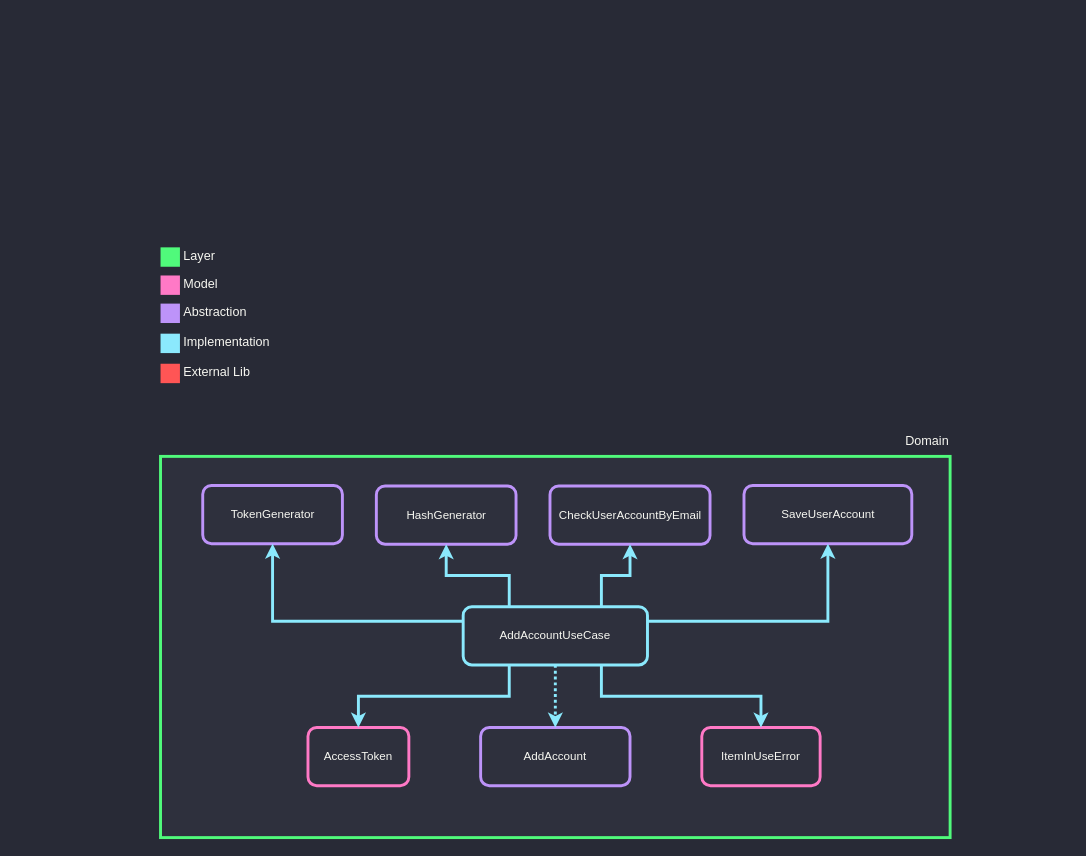
Earlier version of the draw.io diagram documentation/signup/dependencies.drawio (alexandrevoliveira/engemanapi). Source tidied: cells renumbered, new cells numbered last; positions are measured from the earlier drawing's top-left corner, leaving out a move shared by most shapes. Both pictures are drawn from the tidied source at 97%, with x=0, y=0 at pixel (160, 246).
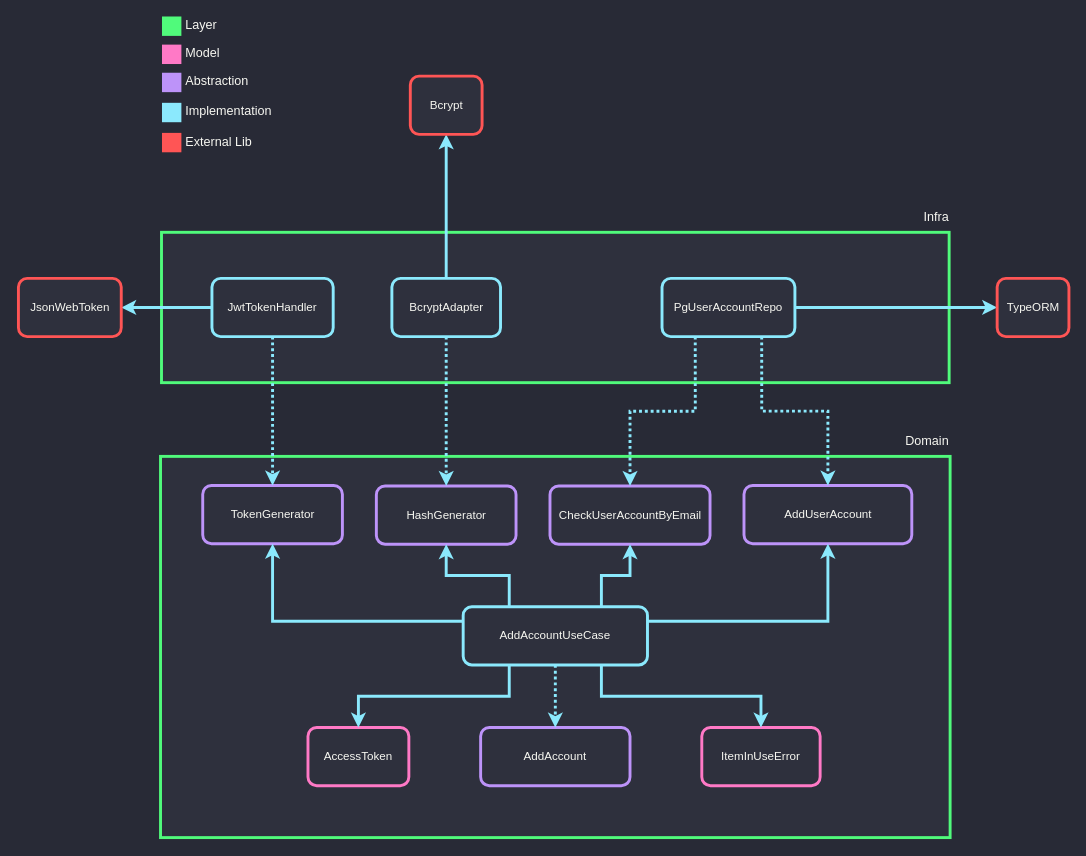
The same diagram, later.

Commit message:
docs: update AddAccount dependency diagrams

Unchanged cells that the change refers to:
```xml
<mxCell id="16" value="TokenGenerator" style="rounded=1;whiteSpace=wrap;html=1;strokeColor=#BD93F9;fillColor=#2E303D;strokeWidth=3;fontColor=#F8F8F2;" parent="1" vertex="1">
  <mxGeometry x="43.5" y="246" width="144" height="60" as="geometry" />
</mxCell>
<mxCell id="17" value="CheckUserAccountByEmail" style="rounded=1;whiteSpace=wrap;html=1;strokeColor=#BD93F9;fillColor=#2E303D;strokeWidth=3;fontColor=#F8F8F2;" parent="1" vertex="1">
  <mxGeometry x="401.5" y="246.5" width="165" height="60" as="geometry" />
</mxCell>
<mxCell id="25" value="HashGenerator" style="rounded=1;whiteSpace=wrap;html=1;strokeColor=#BD93F9;fillColor=#2E303D;strokeWidth=3;fontColor=#F8F8F2;" parent="1" vertex="1">
  <mxGeometry x="222.5" y="246.5" width="144" height="60" as="geometry" />
</mxCell>
```

What changed in the source:
```diff
@@
-    <mxCell id="4" style="rounded=0;whiteSpace=wrap;html=1;strokeColor=none;strokeWidth=3;fillColor=#FF79C6;fontSize=13;fontColor=#F8F8F2;align=right;" parent="1" vertex="1">
-      <mxGeometry y="29.5" width="20" height="20" as="geometry" />
-    </mxCell>
-    <mxCell id="5" value="Model" style="text;html=1;align=left;verticalAlign=middle;spacingTop=-4;fontSize=13;fontColor=#F8F8F2;" parent="1" vertex="1">
-      <mxGeometry x="22" y="31.5" width="45" height="16" as="geometry" />
-    </mxCell>
-    <mxCell id="6" style="rounded=0;whiteSpace=wrap;html=1;strokeColor=none;strokeWidth=3;fillColor=#BD93F9;fontSize=13;fontColor=#F8F8F2;align=right;" parent="1" vertex="1">
-      <mxGeometry y="58.5" width="20" height="20" as="geometry" />
-    </mxCell>
-    <mxCell id="7" value="Abstraction" style="text;html=1;align=left;verticalAlign=middle;spacingTop=-4;fontSize=13;fontColor=#F8F8F2;" parent="1" vertex="1">
-      <mxGeometry x="22" y="60.5" width="75" height="16" as="geometry" />
-    </mxCell>
-    <mxCell id="8" style="rounded=0;whiteSpace=wrap;html=1;strokeColor=none;strokeWidth=3;fillColor=#8BE9FD;fontSize=13;fontColor=#F8F8F2;align=right;" parent="1" vertex="1">
-      <mxGeometry y="89.5" width="20" height="20" as="geometry" />
-    </mxCell>
-    <mxCell id="9" value="Implementation" style="text;html=1;align=left;verticalAlign=middle;spacingTop=-4;fontSize=13;fontColor=#F8F8F2;" parent="1" vertex="1">
-      <mxGeometry x="22" y="91.5" width="99" height="16" as="geometry" />
-    </mxCell>
-    <mxCell id="10" style="rounded=0;whiteSpace=wrap;html=1;strokeColor=none;strokeWidth=3;fillColor=#50FA7B;fontSize=13;fontColor=#F8F8F2;align=right;" parent="1" vertex="1">
-      <mxGeometry y="0.5" width="20" height="20" as="geometry" />
-    </mxCell>
-    <mxCell id="11" value="Layer" style="text;html=1;align=left;verticalAlign=middle;spacingTop=-4;fontSize=13;fontColor=#F8F8F2;" parent="1" vertex="1">
-      <mxGeometry x="22" y="2.5" width="43" height="16" as="geometry" />
-    </mxCell>
-    <mxCell id="12" style="rounded=0;whiteSpace=wrap;html=1;strokeColor=none;strokeWidth=3;fillColor=#FF5555;fontSize=13;fontColor=#F8F8F2;align=right;" parent="1" vertex="1">
-      <mxGeometry y="120.5" width="20" height="20" as="geometry" />
-    </mxCell>
-    <mxCell id="13" value="External Lib" style="text;html=1;align=left;verticalAlign=middle;spacingTop=-4;fontSize=13;fontColor=#F8F8F2;" parent="1" vertex="1">
-      <mxGeometry x="22" y="122.5" width="79" height="16" as="geometry" />
-    </mxCell>
@@
-    <mxCell id="18" value="SaveUserAccount" style="rounded=1;whiteSpace=wrap;html=1;strokeColor=#BD93F9;fillColor=#2E303D;strokeWidth=3;fontColor=#F8F8F2;" parent="1" vertex="1">
+    <mxCell id="18" value="AddUserAccount" style="rounded=1;whiteSpace=wrap;html=1;strokeColor=#BD93F9;fillColor=#2E303D;strokeWidth=3;fontColor=#F8F8F2;" parent="1" vertex="1">
       <mxGeometry x="601.5" y="246" width="173" height="60" as="geometry" />
     </mxCell>
@@
+    <mxCell id="29" style="rounded=0;whiteSpace=wrap;html=1;strokeColor=none;strokeWidth=3;fillColor=#FF79C6;fontSize=13;fontColor=#F8F8F2;align=right;" parent="1" vertex="1">
+      <mxGeometry x="1.5" y="-208.5" width="20" height="20" as="geometry" />
+    </mxCell>
+    <mxCell id="5" value="Model" style="text;html=1;align=left;verticalAlign=middle;spacingTop=-4;fontSize=13;fontColor=#F8F8F2;" parent="1" vertex="1">
+      <mxGeometry x="23.5" y="-206.5" width="45" height="16" as="geometry" />
+    </mxCell>
+    <mxCell id="30" style="rounded=0;whiteSpace=wrap;html=1;strokeColor=none;strokeWidth=3;fillColor=#BD93F9;fontSize=13;fontColor=#F8F8F2;align=right;" parent="1" vertex="1">
+      <mxGeometry x="1.5" y="-179.5" width="20" height="20" as="geometry" />
+    </mxCell>
+    <mxCell id="7" value="Abstraction" style="text;html=1;align=left;verticalAlign=middle;spacingTop=-4;fontSize=13;fontColor=#F8F8F2;" parent="1" vertex="1">
+      <mxGeometry x="23.5" y="-177.5" width="75" height="16" as="geometry" />
+    </mxCell>
+    <mxCell id="31" style="rounded=0;whiteSpace=wrap;html=1;strokeColor=none;strokeWidth=3;fillColor=#8BE9FD;fontSize=13;fontColor=#F8F8F2;align=right;" parent="1" vertex="1">
+      <mxGeometry x="1.5" y="-148.5" width="20" height="20" as="geometry" />
+    </mxCell>
+    <mxCell id="9" value="Implementation" style="text;html=1;align=left;verticalAlign=middle;spacingTop=-4;fontSize=13;fontColor=#F8F8F2;" parent="1" vertex="1">
+      <mxGeometry x="23.5" y="-146.5" width="99" height="16" as="geometry" />
+    </mxCell>
+    <mxCell id="32" style="rounded=0;whiteSpace=wrap;html=1;strokeColor=none;strokeWidth=3;fillColor=#50FA7B;fontSize=13;fontColor=#F8F8F2;align=right;" parent="1" vertex="1">
+      <mxGeometry x="1.5" y="-237.5" width="20" height="20" as="geometry" />
+    </mxCell>
+    <mxCell id="11" value="Layer" style="text;html=1;align=left;verticalAlign=middle;spacingTop=-4;fontSize=13;fontColor=#F8F8F2;" parent="1" vertex="1">
+      <mxGeometry x="23.5" y="-235.5" width="43" height="16" as="geometry" />
+    </mxCell>
+    <mxCell id="33" style="rounded=0;whiteSpace=wrap;html=1;strokeColor=none;strokeWidth=3;fillColor=#FF5555;fontSize=13;fontColor=#F8F8F2;align=right;" parent="1" vertex="1">
+      <mxGeometry x="1.5" y="-117.5" width="20" height="20" as="geometry" />
+    </mxCell>
+    <mxCell id="13" value="External Lib" style="text;html=1;align=left;verticalAlign=middle;spacingTop=-4;fontSize=13;fontColor=#F8F8F2;" parent="1" vertex="1">
+      <mxGeometry x="23.5" y="-115.5" width="79" height="16" as="geometry" />
+    </mxCell>
+    <mxCell id="34" style="rounded=0;whiteSpace=wrap;html=1;strokeColor=#50FA7B;strokeWidth=3;fillColor=#2E303D;fontColor=#F8F8F2;" parent="1" vertex="1">
+      <mxGeometry x="1" y="-15" width="812" height="155" as="geometry" />
+    </mxCell>
+    <mxCell id="35" value="Infra" style="text;html=1;align=right;verticalAlign=bottom;spacingTop=-4;fontColor=#F8F8F2;fontSize=13;" parent="1" vertex="1">
+      <mxGeometry x="778" y="-36.5" width="36" height="16" as="geometry" />
+    </mxCell>
+    <mxCell id="36" style="edgeStyle=orthogonalEdgeStyle;rounded=0;jettySize=auto;html=1;exitX=0.5;exitY=0;exitDx=0;exitDy=0;entryX=0.5;entryY=1;entryDx=0;entryDy=0;strokeColor=#8BE9FD;strokeWidth=3;" parent="1" edge="1" source="37" target="38">
+      <mxGeometry relative="1" as="geometry" />
+    </mxCell>
+    <mxCell id="37" value="BcryptAdapter" style="rounded=1;whiteSpace=wrap;html=1;strokeColor=#8BE9FD;fillColor=#2E303D;strokeWidth=3;fontColor=#F8F8F2;" parent="1" vertex="1">
+      <mxGeometry x="238.5" y="32.5" width="112" height="60" as="geometry" />
+    </mxCell>
+    <mxCell id="38" value="Bcrypt" style="rounded=1;whiteSpace=wrap;html=1;strokeColor=#FF5555;fillColor=#2E303D;strokeWidth=3;fontColor=#F8F8F2;" parent="1" vertex="1">
+      <mxGeometry x="257.5" y="-176" width="74" height="60" as="geometry" />
+    </mxCell>
+    <mxCell id="39" style="edgeStyle=orthogonalEdgeStyle;rounded=0;jettySize=auto;html=1;exitX=0;exitY=0.5;exitDx=0;exitDy=0;entryX=1;entryY=0.5;entryDx=0;entryDy=0;strokeColor=#8BE9FD;strokeWidth=3;" parent="1" edge="1" source="40" target="41">
+      <mxGeometry relative="1" as="geometry" />
+    </mxCell>
+    <mxCell id="40" value="JwtTokenHandler" style="rounded=1;whiteSpace=wrap;html=1;strokeColor=#8BE9FD;fillColor=#2E303D;strokeWidth=3;fontColor=#F8F8F2;" parent="1" vertex="1">
+      <mxGeometry x="53" y="32.5" width="125" height="60" as="geometry" />
+    </mxCell>
+    <mxCell id="41" value="JsonWebToken" style="rounded=1;whiteSpace=wrap;html=1;strokeColor=#FF5555;fillColor=#2E303D;strokeWidth=3;fontColor=#F8F8F2;" parent="1" vertex="1">
+      <mxGeometry x="-146.5" y="32.5" width="106" height="60" as="geometry" />
+    </mxCell>
+    <mxCell id="42" style="edgeStyle=orthogonalEdgeStyle;rounded=0;jettySize=auto;html=1;exitX=1;exitY=0.5;exitDx=0;exitDy=0;entryX=0;entryY=0.5;entryDx=0;entryDy=0;strokeColor=#8BE9FD;strokeWidth=3;" parent="1" edge="1" source="43" target="44">
+      <mxGeometry relative="1" as="geometry" />
+    </mxCell>
+    <mxCell id="43" value="PgUserAccountRepo" style="rounded=1;whiteSpace=wrap;html=1;strokeColor=#8BE9FD;fillColor=#2E303D;strokeWidth=3;fontColor=#F8F8F2;" parent="1" vertex="1">
+      <mxGeometry x="517" y="32.5" width="137" height="60" as="geometry" />
+    </mxCell>
+    <mxCell id="44" value="TypeORM" style="rounded=1;whiteSpace=wrap;html=1;strokeColor=#FF5555;fillColor=#2E303D;strokeWidth=3;fontColor=#F8F8F2;" parent="1" vertex="1">
+      <mxGeometry x="862.5" y="32.5" width="74" height="60" as="geometry" />
+    </mxCell>
+    <mxCell id="45" style="edgeStyle=orthogonalEdgeStyle;rounded=0;jettySize=auto;html=1;exitX=0.5;exitY=1;exitDx=0;exitDy=0;entryX=0.5;entryY=0;entryDx=0;entryDy=0;dashed=1;dashPattern=1 1;strokeColor=#8BE9FD;strokeWidth=3;" parent="1" edge="1" source="40" target="16">
+      <mxGeometry relative="1" as="geometry" />
+    </mxCell>
+    <mxCell id="46" style="edgeStyle=orthogonalEdgeStyle;rounded=0;jettySize=auto;html=1;exitX=0.5;exitY=1;exitDx=0;exitDy=0;dashed=1;dashPattern=1 1;strokeColor=#8BE9FD;strokeWidth=3;entryX=0.5;entryY=0;entryDx=0;entryDy=0;" parent="1" edge="1" source="37" target="25">
+      <mxGeometry relative="1" as="geometry" />
+    </mxCell>
+    <mxCell id="47" style="edgeStyle=orthogonalEdgeStyle;rounded=0;jettySize=auto;html=1;exitX=0.25;exitY=1;exitDx=0;exitDy=0;dashed=1;dashPattern=1 1;strokeColor=#8BE9FD;strokeWidth=3;entryX=0.5;entryY=0;entryDx=0;entryDy=0;" parent="1" edge="1" source="43" target="17">
+      <mxGeometry relative="1" as="geometry" />
+    </mxCell>
+    <mxCell id="48" style="edgeStyle=orthogonalEdgeStyle;rounded=0;jettySize=auto;html=1;exitX=0.75;exitY=1;exitDx=0;exitDy=0;dashed=1;dashPattern=1 1;strokeColor=#8BE9FD;strokeWidth=3;entryX=0.5;entryY=0;entryDx=0;entryDy=0;" parent="1" edge="1" source="43" target="18">
+      <mxGeometry relative="1" as="geometry" />
+    </mxCell>
```
